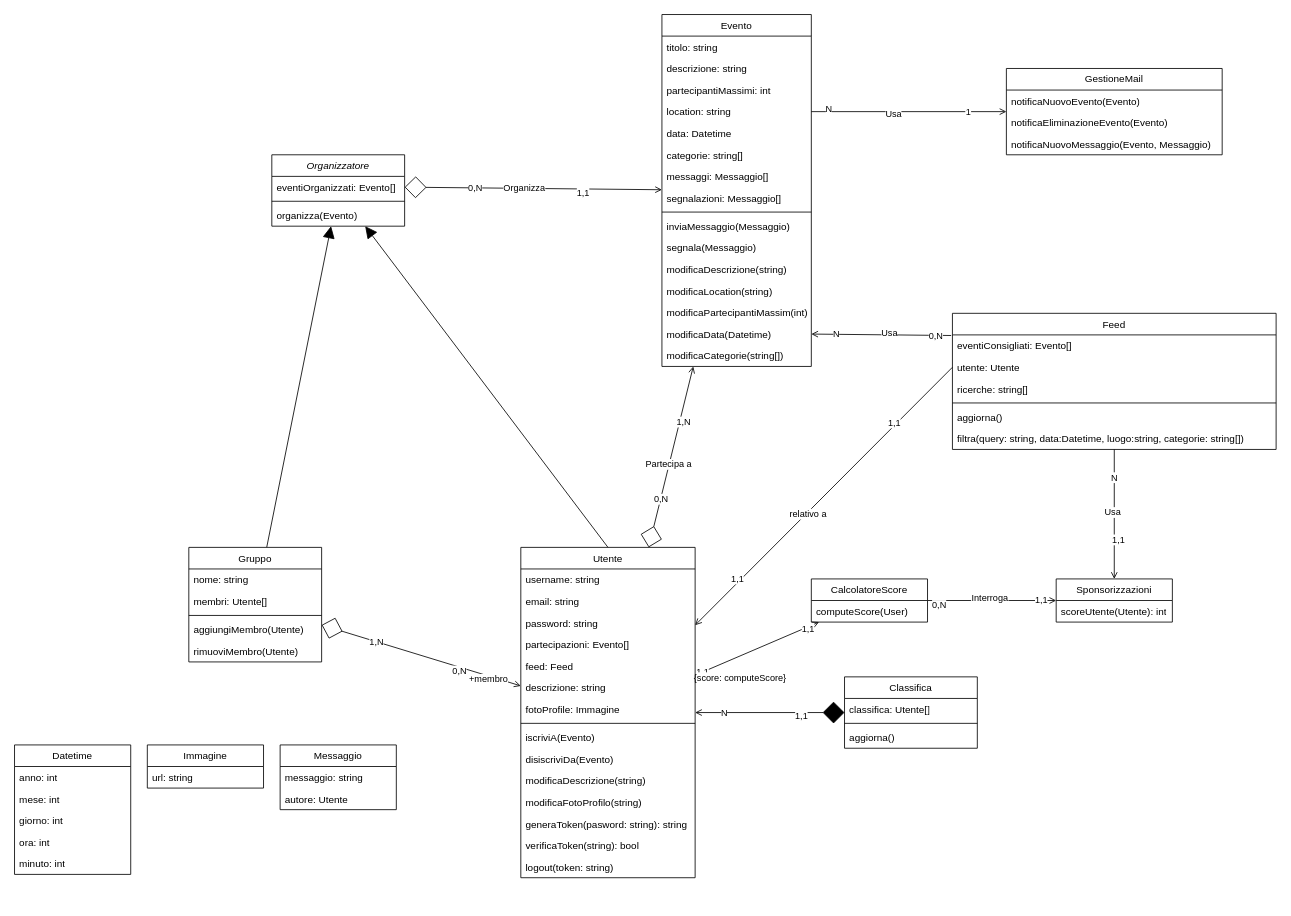
This is docs/class_diagram.drawio from SamueleFacenda/activitn, a draw.io file, before an edit. Source tidied: cells renumbered, new cells numbered last; positions are measured from the earlier drawing's top-left corner, leaving out a move shared by most shapes. Both pictures are drawn from the tidied source at 83%, with x=0, y=0 at pixel (14, 14).
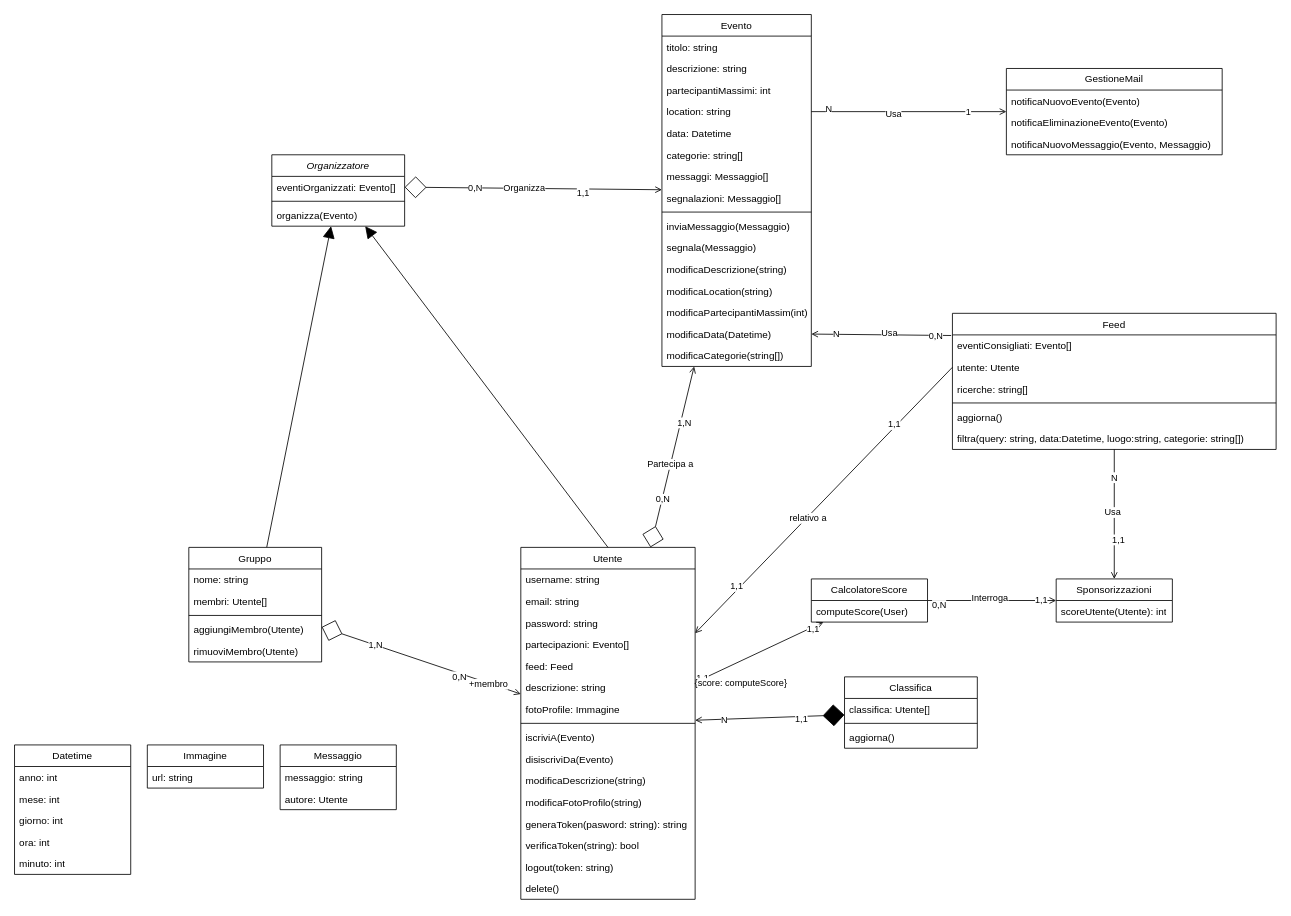
The same diagram, later.

What changed in the source:
```diff
@@
     <mxCell id="6" value="Utente" style="swimlane;fontStyle=0;align=center;verticalAlign=top;horizontal=1;startSize=26;rounded=0;shadow=0;strokeWidth=1;" parent="1" vertex="1">
-      <mxGeometry x="610" y="642" width="210" height="398" as="geometry" />
+      <mxGeometry x="610" y="642" width="210" height="424" as="geometry" />
     </mxCell>
@@
+    <mxCell id="116" value="delete()" style="text;align=left;verticalAlign=top;spacingLeft=4;spacingRight=4;overflow=hidden;" parent="6" vertex="1">
+      <mxGeometry y="398" width="210" height="26" as="geometry" />
+    </mxCell>
```
